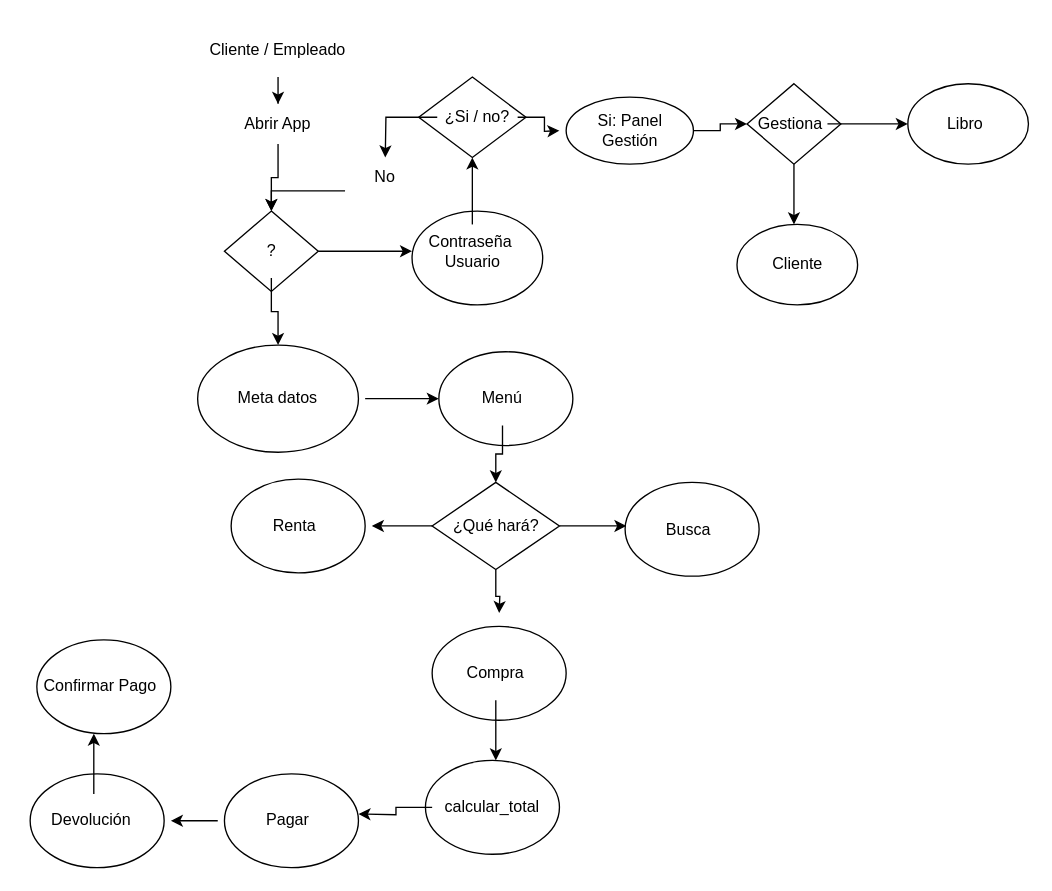
Earlier version of the draw.io diagram Entornos de Desarrollo/Diagrama Actividades.drawio (UserUnknown27/ProyectoFinDeCursoGrupo5). Source tidied: cells renumbered, new cells numbered last; positions are measured from the earlier drawing's top-left corner, leaving out a move shared by most shapes. Both pictures are drawn from the tidied source at 134%, with x=0, y=0 at pixel (23, 23).
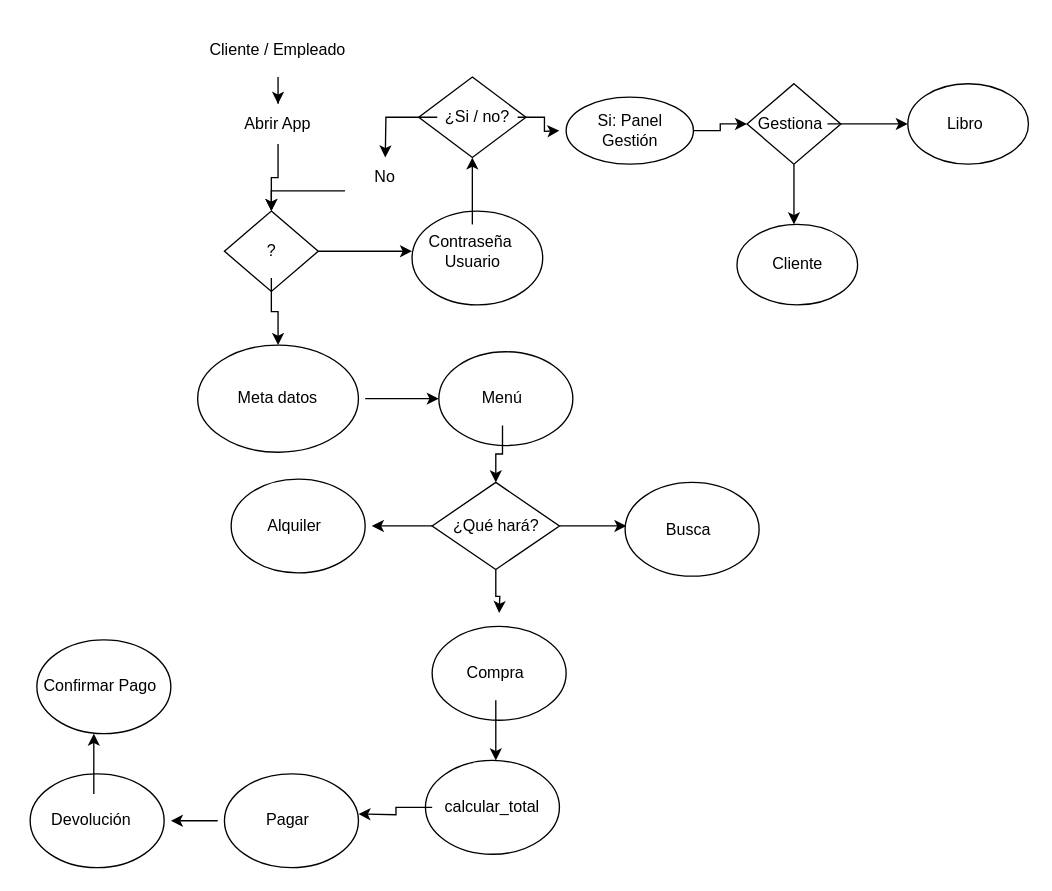
Above is the later version.

Commit message:
Finalización de los 2 diagramas de Colaboraciones

Diff of the diagram source:
```diff
@@
-    <mxCell id="22" value="Renta" style="text;html=1;whiteSpace=wrap;strokeColor=none;fillColor=none;align=center;verticalAlign=middle;rounded=0;" parent="1" vertex="1">
+    <mxCell id="22" value="Alquiler" style="text;html=1;whiteSpace=wrap;strokeColor=none;fillColor=none;align=center;verticalAlign=middle;rounded=0;" parent="1" vertex="1">
       <mxGeometry x="150" y="355" width="105" height="40" as="geometry" />
     </mxCell>
```
